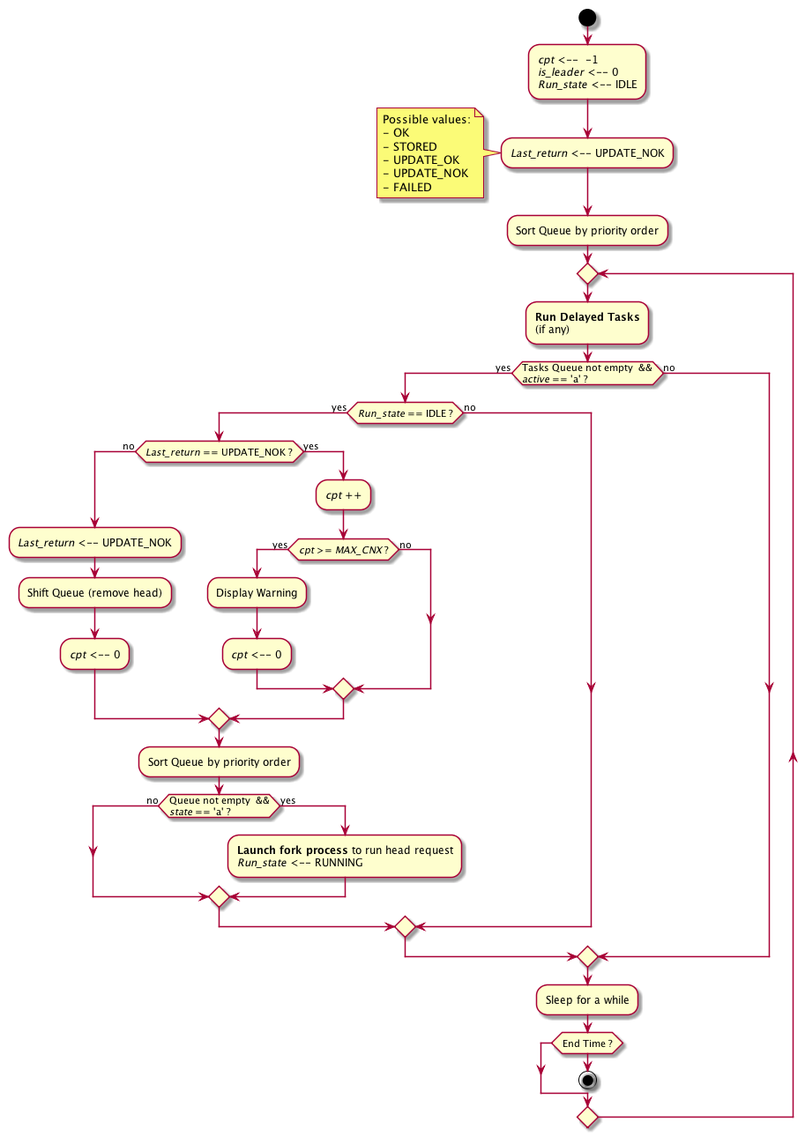
The PlantUML diagram doc/UML/Algo_run_tasks_queue.png in tof25/DST, before a commit.
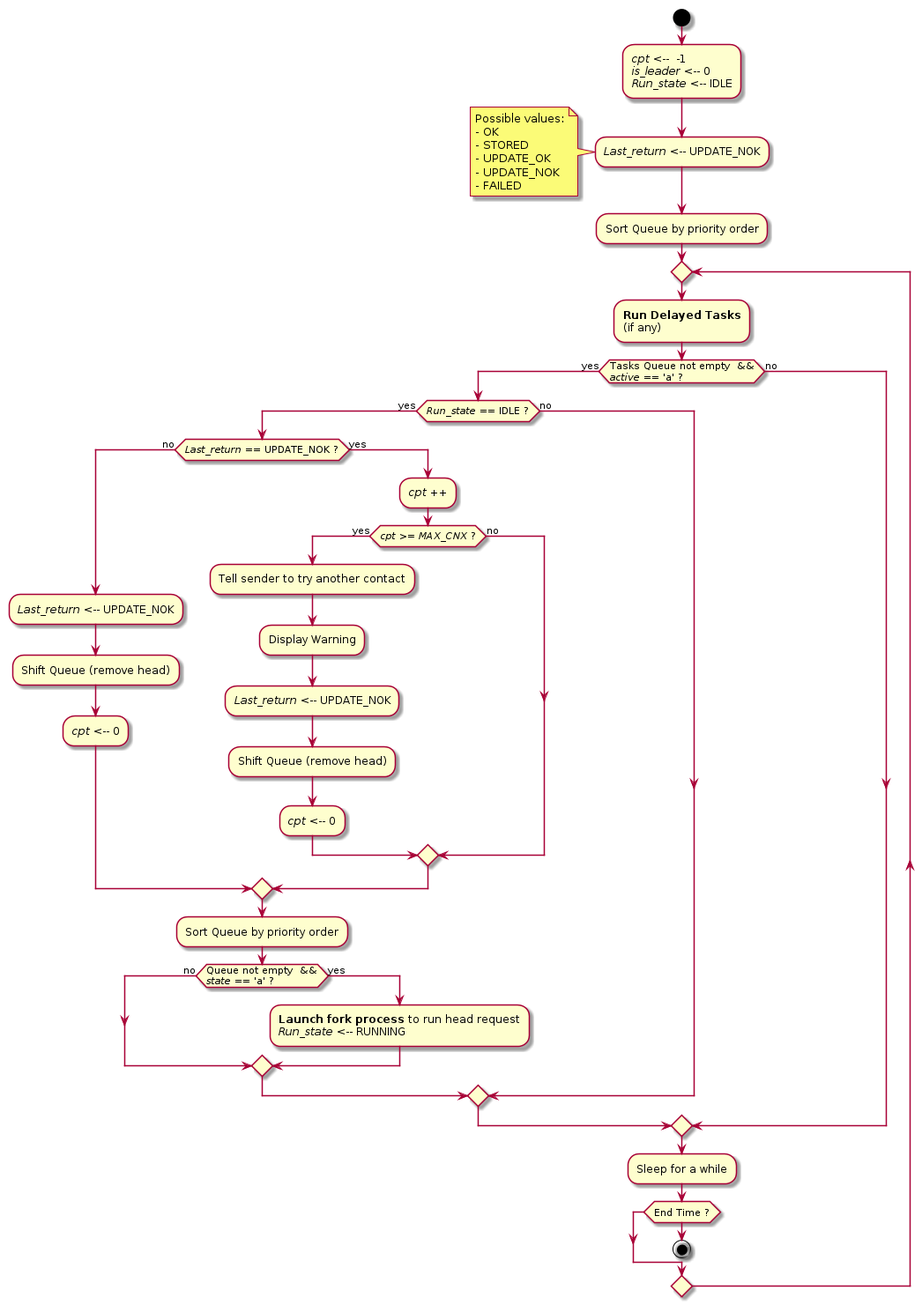
The same diagram one commit later.

Diff of the diagram source:
```diff
@@ -28,7 +28,10 @@
             else (yes)
                 :<i>cpt</i> ++;
                 if (<i>cpt</i> >= <i>MAX_CNX</i> ?) then (yes)
+                    :Tell sender to try another contact;
                     :Display Warning;
+                    :<i>Last_return</i> <-- UPDATE_NOK;
+                    :Shift Queue (remove head);
                     :<i>cpt</i> <-- 0;
                 else (no)
                 endif
```
